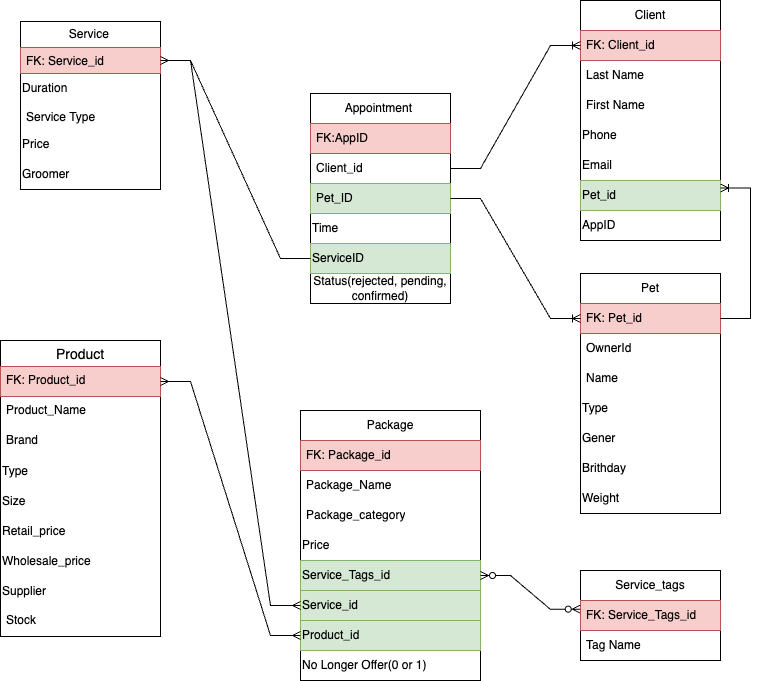
The draw.io diagram Petbiz.png in shawksolutionintern/PetBiz, before a commit. Source tidied: cells renumbered, new cells last; positions are measured from the earlier drawing's top-left corner, leaving out a move shared by most shapes. Source of this version:
```xml
<mxGraphModel>
  <root>
    <mxCell id="0" />
    <mxCell id="1" parent="0" />
    <mxCell id="2" value="Service&amp;nbsp;" style="swimlane;fontStyle=0;horizontal=1;startSize=26;fillColor=none;html=1;" parent="1" vertex="1">
      <mxGeometry x="20" y="21" width="140" height="168" as="geometry" />
    </mxCell>
    <mxCell id="3" value="FK: Service_id" style="text;strokeColor=#b85450;fillColor=#f8cecc;align=left;verticalAlign=top;spacingLeft=4;spacingRight=4;overflow=hidden;points=[[0,0.5],[1,0.5]];portConstraint=eastwest;whiteSpace=wrap;html=1;" parent="2" vertex="1">
      <mxGeometry y="26" width="140" height="26" as="geometry" />
    </mxCell>
    <mxCell id="4" value="Duration" style="text;html=1;strokeColor=none;fillColor=none;align=left;verticalAlign=middle;whiteSpace=wrap;rounded=0;" parent="2" vertex="1">
      <mxGeometry y="52" width="140" height="30" as="geometry" />
    </mxCell>
    <mxCell id="5" value="Service Type" style="text;strokeColor=none;fillColor=none;align=left;verticalAlign=top;spacingLeft=4;spacingRight=4;overflow=hidden;whiteSpace=wrap;html=1;" parent="2" vertex="1">
      <mxGeometry y="82" width="140" height="26" as="geometry" />
    </mxCell>
    <mxCell id="6" value="Price" style="text;html=1;strokeColor=none;fillColor=none;align=left;verticalAlign=middle;whiteSpace=wrap;rounded=0;" parent="2" vertex="1">
      <mxGeometry y="108" width="140" height="30" as="geometry" />
    </mxCell>
    <mxCell id="7" value="Groomer" style="text;html=1;strokeColor=none;fillColor=none;align=left;verticalAlign=middle;whiteSpace=wrap;rounded=0;" parent="2" vertex="1">
      <mxGeometry y="138" width="140" height="30" as="geometry" />
    </mxCell>
    <mxCell id="8" value="Client" style="swimlane;fontStyle=0;horizontal=1;startSize=30;whiteSpace=wrap;html=1;" parent="1" vertex="1">
      <mxGeometry x="580" width="140" height="240" as="geometry" />
    </mxCell>
    <mxCell id="9" value="FK: Client_id" style="text;strokeColor=#b85450;fillColor=#f8cecc;align=left;verticalAlign=middle;spacingLeft=4;spacingRight=4;overflow=hidden;points=[[0,0.5],[1,0.5]];portConstraint=eastwest;whiteSpace=wrap;html=1;" parent="8" vertex="1">
      <mxGeometry y="30" width="140" height="30" as="geometry" />
    </mxCell>
    <mxCell id="10" value="Last Name" style="text;strokeColor=none;fillColor=none;align=left;verticalAlign=middle;spacingLeft=4;spacingRight=4;overflow=hidden;whiteSpace=wrap;html=1;" parent="8" vertex="1">
      <mxGeometry y="60" width="140" height="30" as="geometry" />
    </mxCell>
    <mxCell id="11" value="First Name" style="text;strokeColor=none;fillColor=none;align=left;verticalAlign=middle;spacingLeft=4;spacingRight=4;overflow=hidden;whiteSpace=wrap;html=1;" parent="8" vertex="1">
      <mxGeometry y="90" width="140" height="30" as="geometry" />
    </mxCell>
    <mxCell id="12" value="Phone" style="text;html=1;strokeColor=none;fillColor=none;align=left;verticalAlign=middle;whiteSpace=wrap;rounded=0;" parent="8" vertex="1">
      <mxGeometry y="120" width="140" height="30" as="geometry" />
    </mxCell>
    <mxCell id="13" value="Email" style="text;html=1;strokeColor=none;fillColor=none;align=left;verticalAlign=middle;whiteSpace=wrap;rounded=0;" parent="8" vertex="1">
      <mxGeometry y="150" width="140" height="30" as="geometry" />
    </mxCell>
    <mxCell id="14" value="Pet_id" style="text;html=1;strokeColor=#82b366;fillColor=#d5e8d4;align=left;verticalAlign=middle;whiteSpace=wrap;rounded=0;" parent="8" vertex="1">
      <mxGeometry y="180" width="140" height="30" as="geometry" />
    </mxCell>
    <mxCell id="15" value="AppID" style="text;html=1;strokeColor=none;fillColor=none;align=left;verticalAlign=middle;whiteSpace=wrap;rounded=0;" parent="8" vertex="1">
      <mxGeometry y="210" width="140" height="30" as="geometry" />
    </mxCell>
    <mxCell id="16" value="Pet" style="swimlane;fontStyle=0;horizontal=1;startSize=30;whiteSpace=wrap;html=1;" parent="1" vertex="1">
      <mxGeometry x="580" y="273" width="140" height="240" as="geometry" />
    </mxCell>
    <mxCell id="17" value="FK: Pet_id" style="text;strokeColor=#b85450;fillColor=#f8cecc;align=left;verticalAlign=middle;spacingLeft=4;spacingRight=4;overflow=hidden;points=[[0,0.5],[1,0.5]];portConstraint=eastwest;whiteSpace=wrap;html=1;" parent="16" vertex="1">
      <mxGeometry y="30" width="140" height="30" as="geometry" />
    </mxCell>
    <mxCell id="18" value="OwnerId" style="text;strokeColor=none;fillColor=none;align=left;verticalAlign=middle;spacingLeft=4;spacingRight=4;overflow=hidden;whiteSpace=wrap;html=1;" parent="16" vertex="1">
      <mxGeometry y="60" width="140" height="30" as="geometry" />
    </mxCell>
    <mxCell id="19" value="Name" style="text;strokeColor=none;fillColor=none;align=left;verticalAlign=middle;spacingLeft=4;spacingRight=4;overflow=hidden;whiteSpace=wrap;html=1;" parent="16" vertex="1">
      <mxGeometry y="90" width="140" height="30" as="geometry" />
    </mxCell>
    <mxCell id="20" value="Type" style="text;html=1;strokeColor=none;fillColor=none;align=left;verticalAlign=middle;whiteSpace=wrap;rounded=0;" parent="16" vertex="1">
      <mxGeometry y="120" width="140" height="30" as="geometry" />
    </mxCell>
    <mxCell id="21" value="Gener" style="text;html=1;strokeColor=none;fillColor=none;align=left;verticalAlign=middle;whiteSpace=wrap;rounded=0;" parent="16" vertex="1">
      <mxGeometry y="150" width="140" height="30" as="geometry" />
    </mxCell>
    <mxCell id="22" value="Brithday" style="text;html=1;strokeColor=none;fillColor=none;align=left;verticalAlign=middle;whiteSpace=wrap;rounded=0;" parent="16" vertex="1">
      <mxGeometry y="180" width="140" height="30" as="geometry" />
    </mxCell>
    <mxCell id="23" value="Weight" style="text;html=1;strokeColor=none;fillColor=none;align=left;verticalAlign=middle;whiteSpace=wrap;rounded=0;" parent="16" vertex="1">
      <mxGeometry y="210" width="140" height="30" as="geometry" />
    </mxCell>
    <mxCell id="24" value="Appointment&amp;nbsp;" style="swimlane;fontStyle=0;horizontal=1;startSize=30;whiteSpace=wrap;html=1;" parent="1" vertex="1">
      <mxGeometry x="310" y="93" width="140" height="210" as="geometry" />
    </mxCell>
    <mxCell id="25" value="FK:AppID" style="text;strokeColor=#b85450;fillColor=#f8cecc;align=left;verticalAlign=middle;spacingLeft=4;spacingRight=4;overflow=hidden;whiteSpace=wrap;html=1;" parent="24" vertex="1">
      <mxGeometry y="30" width="140" height="30" as="geometry" />
    </mxCell>
    <mxCell id="26" value="Client_id" style="text;strokeColor=none;fillColor=none;align=left;verticalAlign=middle;spacingLeft=4;spacingRight=4;overflow=hidden;points=[[0,0.5],[1,0.5]];portConstraint=eastwest;whiteSpace=wrap;html=1;" parent="24" vertex="1">
      <mxGeometry y="60" width="140" height="30" as="geometry" />
    </mxCell>
    <mxCell id="27" value="Pet_ID" style="text;strokeColor=#82b366;fillColor=#d5e8d4;align=left;verticalAlign=middle;spacingLeft=4;spacingRight=4;overflow=hidden;points=[[0,0.5],[1,0.5]];portConstraint=eastwest;whiteSpace=wrap;html=1;" parent="24" vertex="1">
      <mxGeometry y="90" width="140" height="30" as="geometry" />
    </mxCell>
    <mxCell id="28" value="Time" style="text;html=1;strokeColor=none;fillColor=none;align=left;verticalAlign=middle;whiteSpace=wrap;rounded=0;" parent="24" vertex="1">
      <mxGeometry y="120" width="140" height="30" as="geometry" />
    </mxCell>
    <mxCell id="29" value="ServiceID" style="text;html=1;strokeColor=#82b366;fillColor=#d5e8d4;align=left;verticalAlign=middle;whiteSpace=wrap;rounded=0;" parent="24" vertex="1">
      <mxGeometry y="150" width="140" height="30" as="geometry" />
    </mxCell>
    <mxCell id="30" value="Status(rejected, pending, confirmed)" style="text;html=1;strokeColor=none;fillColor=none;align=center;verticalAlign=middle;whiteSpace=wrap;rounded=0;" parent="24" vertex="1">
      <mxGeometry y="180" width="140" height="30" as="geometry" />
    </mxCell>
    <mxCell id="31" style="edgeStyle=entityRelationEdgeStyle;fontSize=12;html=1;endArrow=ERoneToMany;rounded=0;entryX=0;entryY=0.5;entryDx=0;entryDy=0;exitX=1;exitY=0.5;exitDx=0;exitDy=0;" parent="1" edge="1" source="26" target="9">
      <mxGeometry relative="1" as="geometry">
        <Array as="points">
          <mxPoint x="510" y="280" />
        </Array>
      </mxGeometry>
    </mxCell>
    <mxCell id="32" style="edgeStyle=entityRelationEdgeStyle;fontSize=12;html=1;endArrow=ERoneToMany;rounded=0;exitX=1;exitY=0.5;exitDx=0;exitDy=0;" parent="1" edge="1" source="27" target="17">
      <mxGeometry relative="1" as="geometry">
        <Array as="points">
          <mxPoint x="660" y="285" />
          <mxPoint x="490" y="110" />
          <mxPoint x="510" y="160" />
          <mxPoint x="490" y="110" />
        </Array>
      </mxGeometry>
    </mxCell>
    <mxCell id="33" style="edgeStyle=entityRelationEdgeStyle;fontSize=12;html=1;endArrow=ERmany;rounded=0;entryX=1;entryY=0.5;entryDx=0;entryDy=0;exitX=0;exitY=0.5;exitDx=0;exitDy=0;" parent="1" edge="1" source="29" target="3">
      <mxGeometry relative="1" as="geometry" />
    </mxCell>
    <mxCell id="34" value="Product" style="swimlane;fontStyle=0;horizontal=1;startSize=26;align=center;fontSize=14;" parent="1" vertex="1">
      <mxGeometry y="340" width="160" height="296" as="geometry" />
    </mxCell>
    <mxCell id="35" value="FK: Product_id" style="text;strokeColor=#b85450;fillColor=#f8cecc;spacingLeft=4;spacingRight=4;overflow=hidden;points=[[0,0.5],[1,0.5]];portConstraint=eastwest;fontSize=12;whiteSpace=wrap;html=1;" parent="34" vertex="1">
      <mxGeometry y="26" width="160" height="30" as="geometry" />
    </mxCell>
    <mxCell id="36" value="Product_Name" style="text;strokeColor=none;fillColor=none;spacingLeft=4;spacingRight=4;overflow=hidden;fontSize=12;whiteSpace=wrap;html=1;" parent="34" vertex="1">
      <mxGeometry y="56" width="160" height="30" as="geometry" />
    </mxCell>
    <mxCell id="37" value="Brand&lt;br&gt;&lt;span style=&quot;white-space: pre;&quot;&gt;&#9;&lt;/span&gt;" style="text;strokeColor=none;fillColor=none;spacingLeft=4;spacingRight=4;overflow=hidden;fontSize=12;whiteSpace=wrap;html=1;" parent="34" vertex="1">
      <mxGeometry y="86" width="160" height="30" as="geometry" />
    </mxCell>
    <mxCell id="38" value="Type" style="text;html=1;strokeColor=none;fillColor=none;align=left;verticalAlign=middle;whiteSpace=wrap;rounded=0;" parent="34" vertex="1">
      <mxGeometry y="116" width="160" height="30" as="geometry" />
    </mxCell>
    <mxCell id="39" value="Size" style="text;html=1;strokeColor=none;fillColor=none;align=left;verticalAlign=middle;whiteSpace=wrap;rounded=0;" parent="34" vertex="1">
      <mxGeometry y="146" width="160" height="30" as="geometry" />
    </mxCell>
    <mxCell id="40" value="Retail_price" style="text;html=1;strokeColor=none;fillColor=none;align=left;verticalAlign=middle;whiteSpace=wrap;rounded=0;" parent="34" vertex="1">
      <mxGeometry y="176" width="160" height="30" as="geometry" />
    </mxCell>
    <mxCell id="41" value="Wholesale_price" style="text;html=1;strokeColor=none;fillColor=none;align=left;verticalAlign=middle;whiteSpace=wrap;rounded=0;" parent="34" vertex="1">
      <mxGeometry y="206" width="160" height="30" as="geometry" />
    </mxCell>
    <mxCell id="42" value="Supplier" style="text;html=1;strokeColor=none;fillColor=none;align=left;verticalAlign=middle;whiteSpace=wrap;rounded=0;" parent="34" vertex="1">
      <mxGeometry y="236" width="160" height="30" as="geometry" />
    </mxCell>
    <mxCell id="43" value="Stock" style="text;strokeColor=none;fillColor=none;spacingLeft=4;spacingRight=4;overflow=hidden;fontSize=12;whiteSpace=wrap;html=1;" parent="34" vertex="1">
      <mxGeometry y="266" width="160" height="30" as="geometry" />
    </mxCell>
    <mxCell id="44" style="edgeStyle=entityRelationEdgeStyle;fontSize=12;html=1;endArrow=ERoneToMany;rounded=0;entryX=1;entryY=0.25;entryDx=0;entryDy=0;exitX=1;exitY=0.5;exitDx=0;exitDy=0;" parent="1" edge="1" source="17" target="14">
      <mxGeometry relative="1" as="geometry">
        <Array as="points">
          <mxPoint x="820" y="220" />
          <mxPoint x="790" y="230" />
        </Array>
      </mxGeometry>
    </mxCell>
    <mxCell id="45" value="Package" style="swimlane;fontStyle=0;horizontal=1;startSize=30;whiteSpace=wrap;html=1;" parent="1" vertex="1">
      <mxGeometry x="300" y="410" width="180" height="270" as="geometry" />
    </mxCell>
    <mxCell id="46" value="FK: Package_id" style="text;strokeColor=#b85450;fillColor=#f8cecc;align=left;verticalAlign=middle;spacingLeft=4;spacingRight=4;overflow=hidden;whiteSpace=wrap;html=1;" parent="45" vertex="1">
      <mxGeometry y="30" width="180" height="30" as="geometry" />
    </mxCell>
    <mxCell id="47" value="Package_Name" style="text;strokeColor=none;fillColor=none;align=left;verticalAlign=middle;spacingLeft=4;spacingRight=4;overflow=hidden;whiteSpace=wrap;html=1;" parent="45" vertex="1">
      <mxGeometry y="60" width="180" height="30" as="geometry" />
    </mxCell>
    <mxCell id="48" value="Package_category" style="text;strokeColor=none;fillColor=none;align=left;verticalAlign=middle;spacingLeft=4;spacingRight=4;overflow=hidden;whiteSpace=wrap;html=1;" parent="45" vertex="1">
      <mxGeometry y="90" width="180" height="30" as="geometry" />
    </mxCell>
    <mxCell id="49" value="Price" style="text;html=1;strokeColor=none;fillColor=none;align=left;verticalAlign=middle;whiteSpace=wrap;rounded=0;" parent="45" vertex="1">
      <mxGeometry y="120" width="180" height="30" as="geometry" />
    </mxCell>
    <mxCell id="50" value="Service_Tags_id" style="text;html=1;strokeColor=#82b366;fillColor=#d5e8d4;align=left;verticalAlign=middle;whiteSpace=wrap;rounded=0;" parent="45" vertex="1">
      <mxGeometry y="150" width="180" height="30" as="geometry" />
    </mxCell>
    <mxCell id="51" value="Service_id" style="text;html=1;strokeColor=#82b366;fillColor=#d5e8d4;align=left;verticalAlign=middle;whiteSpace=wrap;rounded=0;" parent="45" vertex="1">
      <mxGeometry y="180" width="180" height="30" as="geometry" />
    </mxCell>
    <mxCell id="52" value="Product_id" style="text;html=1;strokeColor=#82b366;fillColor=#d5e8d4;align=left;verticalAlign=middle;whiteSpace=wrap;rounded=0;" parent="45" vertex="1">
      <mxGeometry y="210" width="180" height="30" as="geometry" />
    </mxCell>
    <mxCell id="53" value="No Longer Offer(0 or 1)" style="text;html=1;strokeColor=none;fillColor=none;align=left;verticalAlign=middle;whiteSpace=wrap;rounded=0;" parent="45" vertex="1">
      <mxGeometry y="240" width="180" height="30" as="geometry" />
    </mxCell>
    <mxCell id="54" value="Service_tags" style="swimlane;fontStyle=0;horizontal=1;startSize=30;whiteSpace=wrap;html=1;" parent="1" vertex="1">
      <mxGeometry x="580" y="570" width="140" height="90" as="geometry" />
    </mxCell>
    <mxCell id="55" value="FK: Service_Tags_id" style="text;strokeColor=#b85450;fillColor=#f8cecc;align=left;verticalAlign=middle;spacingLeft=4;spacingRight=4;overflow=hidden;points=[[0,0.5],[1,0.5]];portConstraint=eastwest;whiteSpace=wrap;html=1;" parent="54" vertex="1">
      <mxGeometry y="30" width="140" height="30" as="geometry" />
    </mxCell>
    <mxCell id="56" value="Tag Name" style="text;strokeColor=none;fillColor=none;align=left;verticalAlign=middle;spacingLeft=4;spacingRight=4;overflow=hidden;whiteSpace=wrap;html=1;" parent="54" vertex="1">
      <mxGeometry y="60" width="140" height="30" as="geometry" />
    </mxCell>
    <mxCell id="57" style="edgeStyle=entityRelationEdgeStyle;fontSize=12;html=1;endArrow=ERzeroToMany;endFill=1;startArrow=ERzeroToMany;rounded=0;entryX=-0.002;entryY=0.289;entryDx=0;entryDy=0;entryPerimeter=0;" parent="1" edge="1" source="50" target="55">
      <mxGeometry relative="1" as="geometry">
        <Array as="points">
          <mxPoint x="490" y="600" />
        </Array>
      </mxGeometry>
    </mxCell>
    <mxCell id="58" style="edgeStyle=entityRelationEdgeStyle;fontSize=12;html=1;endArrow=ERmany;startArrow=ERmany;rounded=0;exitX=0;exitY=0.5;exitDx=0;exitDy=0;entryX=1;entryY=0.5;entryDx=0;entryDy=0;" parent="1" edge="1" source="51" target="3">
      <mxGeometry relative="1" as="geometry">
        <Array as="points">
          <mxPoint x="260" y="540" />
        </Array>
      </mxGeometry>
    </mxCell>
    <mxCell id="59" style="edgeStyle=entityRelationEdgeStyle;fontSize=12;html=1;endArrow=ERmany;startArrow=ERmany;rounded=0;entryX=1;entryY=0.5;entryDx=0;entryDy=0;exitX=0;exitY=0.5;exitDx=0;exitDy=0;" parent="1" edge="1" source="52" target="35">
      <mxGeometry relative="1" as="geometry">
        <Array as="points">
          <mxPoint x="270" y="550" />
        </Array>
      </mxGeometry>
    </mxCell>
  </root>
</mxGraphModel>
```
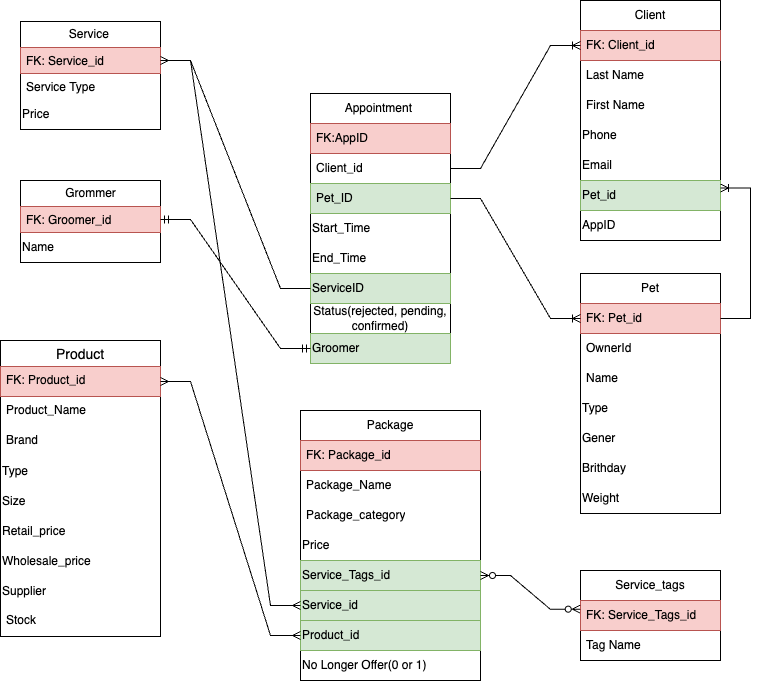
Later version of the same file.

What changed in the source:
```diff
@@ -3,23 +3,17 @@
     <mxCell id="0" />
     <mxCell id="1" parent="0" />
     <mxCell id="2" value="Service&amp;nbsp;" style="swimlane;fontStyle=0;horizontal=1;startSize=26;fillColor=none;html=1;" parent="1" vertex="1">
-      <mxGeometry x="20" y="21" width="140" height="168" as="geometry" />
+      <mxGeometry x="20" y="21" width="140" height="108" as="geometry" />
     </mxCell>
     <mxCell id="3" value="FK: Service_id" style="text;strokeColor=#b85450;fillColor=#f8cecc;align=left;verticalAlign=top;spacingLeft=4;spacingRight=4;overflow=hidden;points=[[0,0.5],[1,0.5]];portConstraint=eastwest;whiteSpace=wrap;html=1;" parent="2" vertex="1">
       <mxGeometry y="26" width="140" height="26" as="geometry" />
     </mxCell>
-    <mxCell id="4" value="Duration" style="text;html=1;strokeColor=none;fillColor=none;align=left;verticalAlign=middle;whiteSpace=wrap;rounded=0;" parent="2" vertex="1">
-      <mxGeometry y="52" width="140" height="30" as="geometry" />
-    </mxCell>
     <mxCell id="5" value="Service Type" style="text;strokeColor=none;fillColor=none;align=left;verticalAlign=top;spacingLeft=4;spacingRight=4;overflow=hidden;whiteSpace=wrap;html=1;" parent="2" vertex="1">
-      <mxGeometry y="82" width="140" height="26" as="geometry" />
+      <mxGeometry y="52" width="140" height="26" as="geometry" />
     </mxCell>
     <mxCell id="6" value="Price" style="text;html=1;strokeColor=none;fillColor=none;align=left;verticalAlign=middle;whiteSpace=wrap;rounded=0;" parent="2" vertex="1">
-      <mxGeometry y="108" width="140" height="30" as="geometry" />
+      <mxGeometry y="78" width="140" height="30" as="geometry" />
     </mxCell>
-    <mxCell id="7" value="Groomer" style="text;html=1;strokeColor=none;fillColor=none;align=left;verticalAlign=middle;whiteSpace=wrap;rounded=0;" parent="2" vertex="1">
-      <mxGeometry y="138" width="140" height="30" as="geometry" />
-    </mxCell>
     <mxCell id="8" value="Client" style="swimlane;fontStyle=0;horizontal=1;startSize=30;whiteSpace=wrap;html=1;" parent="1" vertex="1">
       <mxGeometry x="580" width="140" height="240" as="geometry" />
     </mxCell>
@@ -69,7 +63,7 @@
       <mxGeometry y="210" width="140" height="30" as="geometry" />
     </mxCell>
     <mxCell id="24" value="Appointment&amp;nbsp;" style="swimlane;fontStyle=0;horizontal=1;startSize=30;whiteSpace=wrap;html=1;" parent="1" vertex="1">
-      <mxGeometry x="310" y="93" width="140" height="210" as="geometry" />
+      <mxGeometry x="310" y="93" width="140" height="270" as="geometry" />
     </mxCell>
     <mxCell id="25" value="FK:AppID" style="text;strokeColor=#b85450;fillColor=#f8cecc;align=left;verticalAlign=middle;spacingLeft=4;spacingRight=4;overflow=hidden;whiteSpace=wrap;html=1;" parent="24" vertex="1">
       <mxGeometry y="30" width="140" height="30" as="geometry" />
@@ -80,15 +74,21 @@
     <mxCell id="27" value="Pet_ID" style="text;strokeColor=#82b366;fillColor=#d5e8d4;align=left;verticalAlign=middle;spacingLeft=4;spacingRight=4;overflow=hidden;points=[[0,0.5],[1,0.5]];portConstraint=eastwest;whiteSpace=wrap;html=1;" parent="24" vertex="1">
       <mxGeometry y="90" width="140" height="30" as="geometry" />
     </mxCell>
-    <mxCell id="28" value="Time" style="text;html=1;strokeColor=none;fillColor=none;align=left;verticalAlign=middle;whiteSpace=wrap;rounded=0;" parent="24" vertex="1">
+    <mxCell id="28" value="Start_Time" style="text;html=1;strokeColor=none;fillColor=none;align=left;verticalAlign=middle;whiteSpace=wrap;rounded=0;" parent="24" vertex="1">
       <mxGeometry y="120" width="140" height="30" as="geometry" />
     </mxCell>
+    <mxCell id="60" value="End_Time" style="text;html=1;strokeColor=none;fillColor=none;align=left;verticalAlign=middle;whiteSpace=wrap;rounded=0;" parent="24" vertex="1">
+      <mxGeometry y="150" width="140" height="30" as="geometry" />
+    </mxCell>
     <mxCell id="29" value="ServiceID" style="text;html=1;strokeColor=#82b366;fillColor=#d5e8d4;align=left;verticalAlign=middle;whiteSpace=wrap;rounded=0;" parent="24" vertex="1">
-      <mxGeometry y="150" width="140" height="30" as="geometry" />
+      <mxGeometry y="180" width="140" height="30" as="geometry" />
     </mxCell>
     <mxCell id="30" value="Status(rejected, pending, confirmed)" style="text;html=1;strokeColor=none;fillColor=none;align=center;verticalAlign=middle;whiteSpace=wrap;rounded=0;" parent="24" vertex="1">
-      <mxGeometry y="180" width="140" height="30" as="geometry" />
+      <mxGeometry y="210" width="140" height="30" as="geometry" />
     </mxCell>
+    <mxCell id="7" value="Groomer" style="text;html=1;strokeColor=#82b366;fillColor=#d5e8d4;align=left;verticalAlign=middle;whiteSpace=wrap;rounded=0;" parent="24" vertex="1">
+      <mxGeometry y="240" width="140" height="30" as="geometry" />
+    </mxCell>
     <mxCell id="31" style="edgeStyle=entityRelationEdgeStyle;fontSize=12;html=1;endArrow=ERoneToMany;rounded=0;entryX=0;entryY=0.5;entryDx=0;entryDy=0;exitX=1;exitY=0.5;exitDx=0;exitDy=0;" parent="1" edge="1" source="26" target="9">
       <mxGeometry relative="1" as="geometry">
         <Array as="points">
@@ -204,5 +204,17 @@
         </Array>
       </mxGeometry>
     </mxCell>
+    <mxCell id="61" value="Grommer" style="swimlane;fontStyle=0;horizontal=1;startSize=26;fillColor=none;html=1;" parent="1" vertex="1">
+      <mxGeometry x="20" y="180" width="140" height="82" as="geometry" />
+    </mxCell>
+    <mxCell id="62" value="FK: Groomer_id" style="text;strokeColor=#b85450;fillColor=#f8cecc;align=left;verticalAlign=top;spacingLeft=4;spacingRight=4;overflow=hidden;points=[[0,0.5],[1,0.5]];portConstraint=eastwest;whiteSpace=wrap;html=1;" parent="61" vertex="1">
+      <mxGeometry y="26" width="140" height="26" as="geometry" />
+    </mxCell>
+    <mxCell id="63" value="Name" style="text;html=1;strokeColor=none;fillColor=none;align=left;verticalAlign=middle;whiteSpace=wrap;rounded=0;" parent="61" vertex="1">
+      <mxGeometry y="52" width="140" height="30" as="geometry" />
+    </mxCell>
+    <mxCell id="64" style="edgeStyle=entityRelationEdgeStyle;fontSize=12;html=1;endArrow=ERmandOne;startArrow=ERmandOne;rounded=0;exitX=1;exitY=0.5;exitDx=0;exitDy=0;" parent="1" edge="1" source="62" target="7">
+      <mxGeometry relative="1" as="geometry" />
+    </mxCell>
   </root>
 </mxGraphModel>
```
